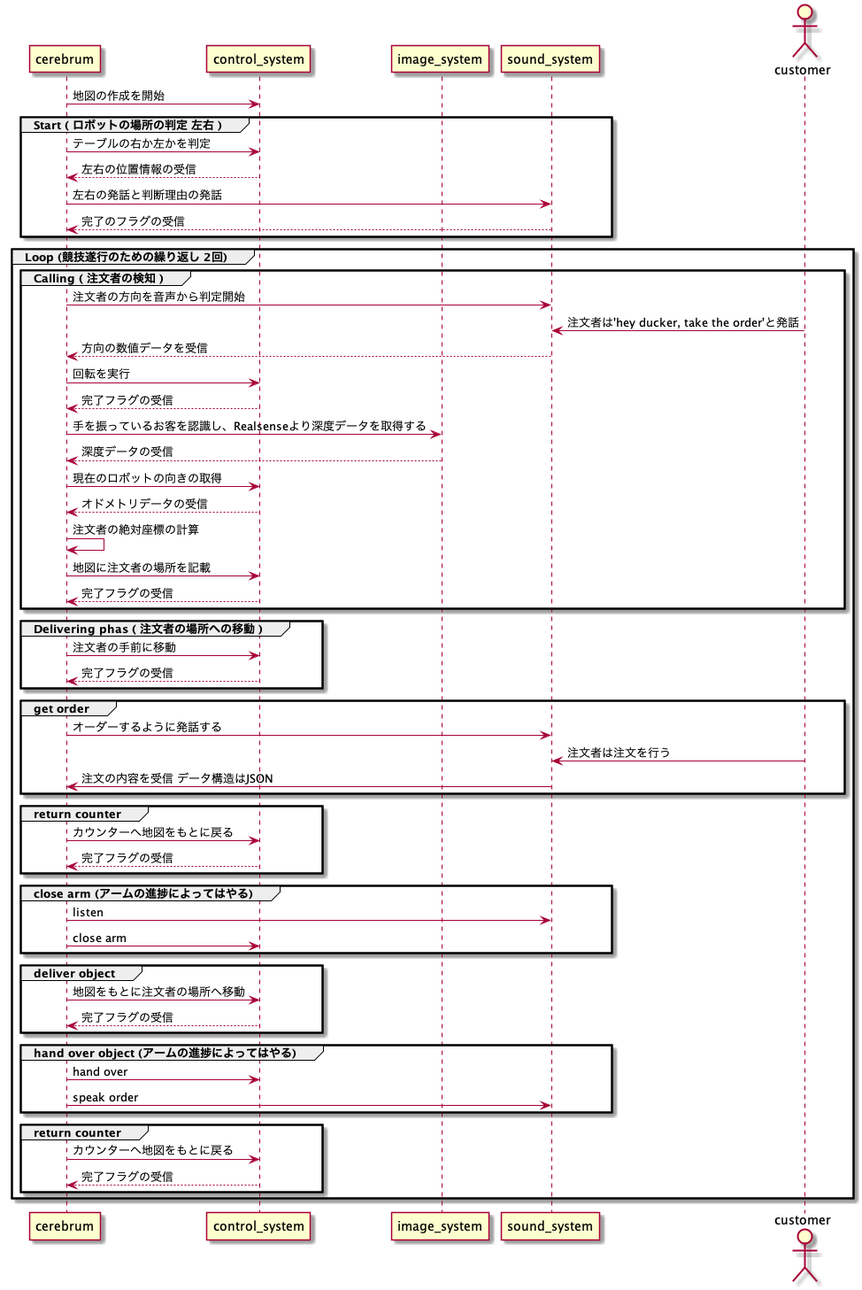
rionehome/ros_restaurant keeps this PlantUML diagram as restaurant.png. Above is the earlier version.
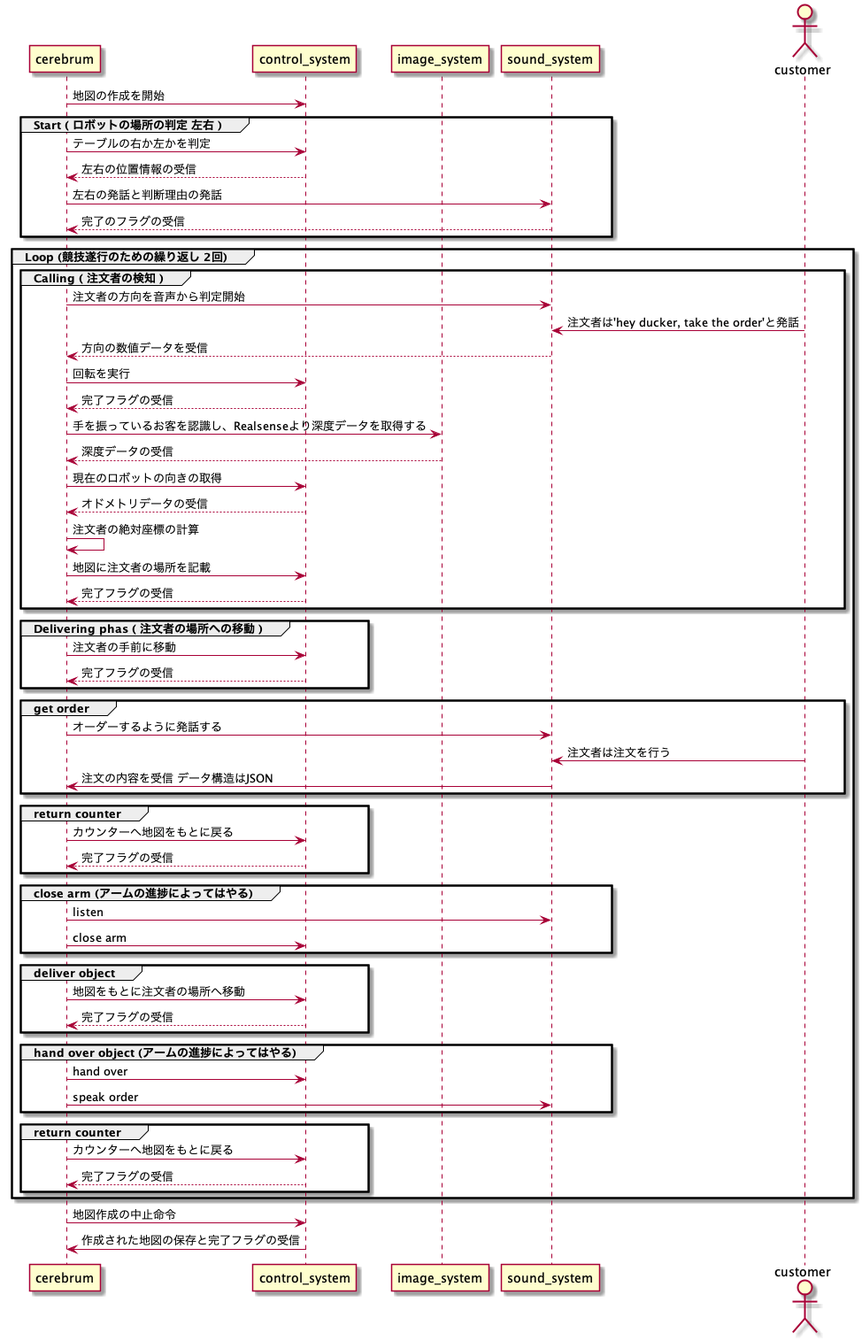
Later version of the same file.

Commit message:
地図生成の終了処理を追加

The edit, as a diff of the source:
```diff
@@ -71,4 +71,7 @@
 
 end
 
+cerebrum -> control_system: 地図作成の中止命令
+control_system -> cerebrum: 作成された地図の保存と完了フラグの受信
+
 @enduml
```
